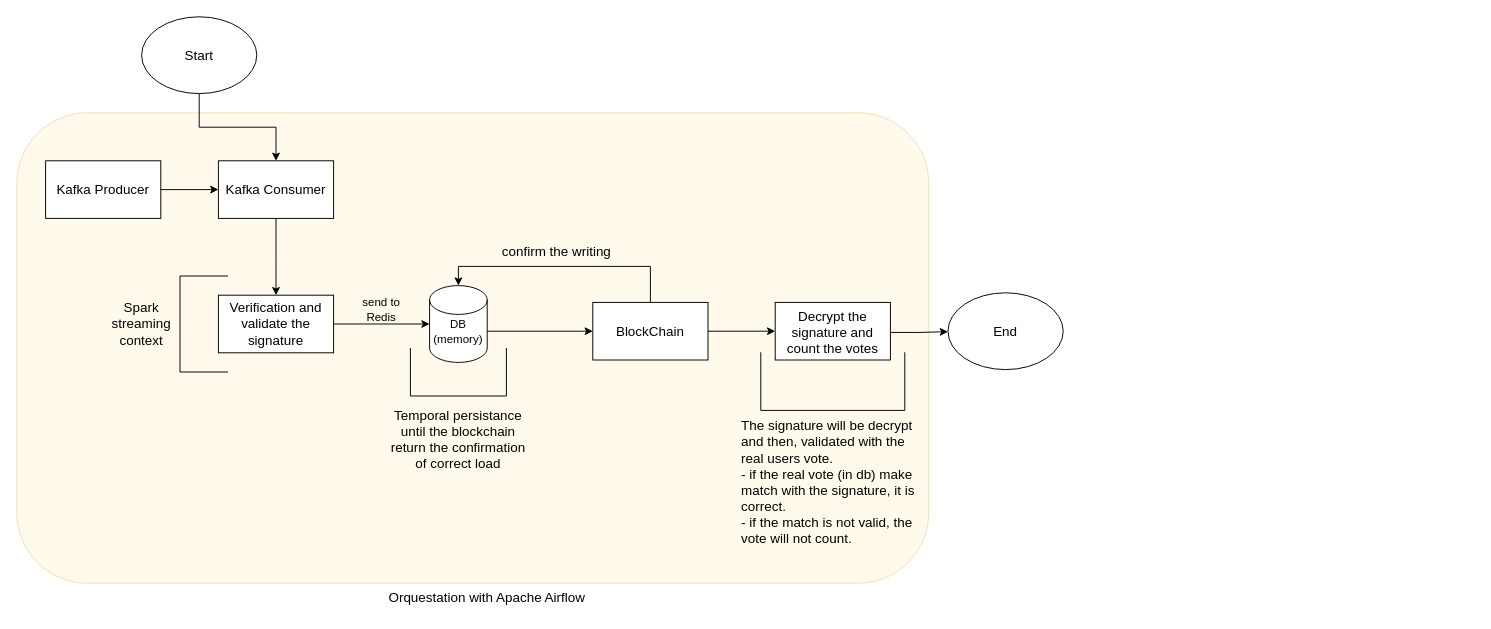
Above: diagrams-uml/process_vote.drawio in jarodriguezf/ElectXChain (draw.io), before the change. Source tidied: cells renumbered, new cells numbered last; positions are measured from the earlier drawing's top-left corner, leaving out a move shared by most shapes. Both pictures are drawn from the tidied source at 96%, with x=0, y=0 at pixel (16, 16).
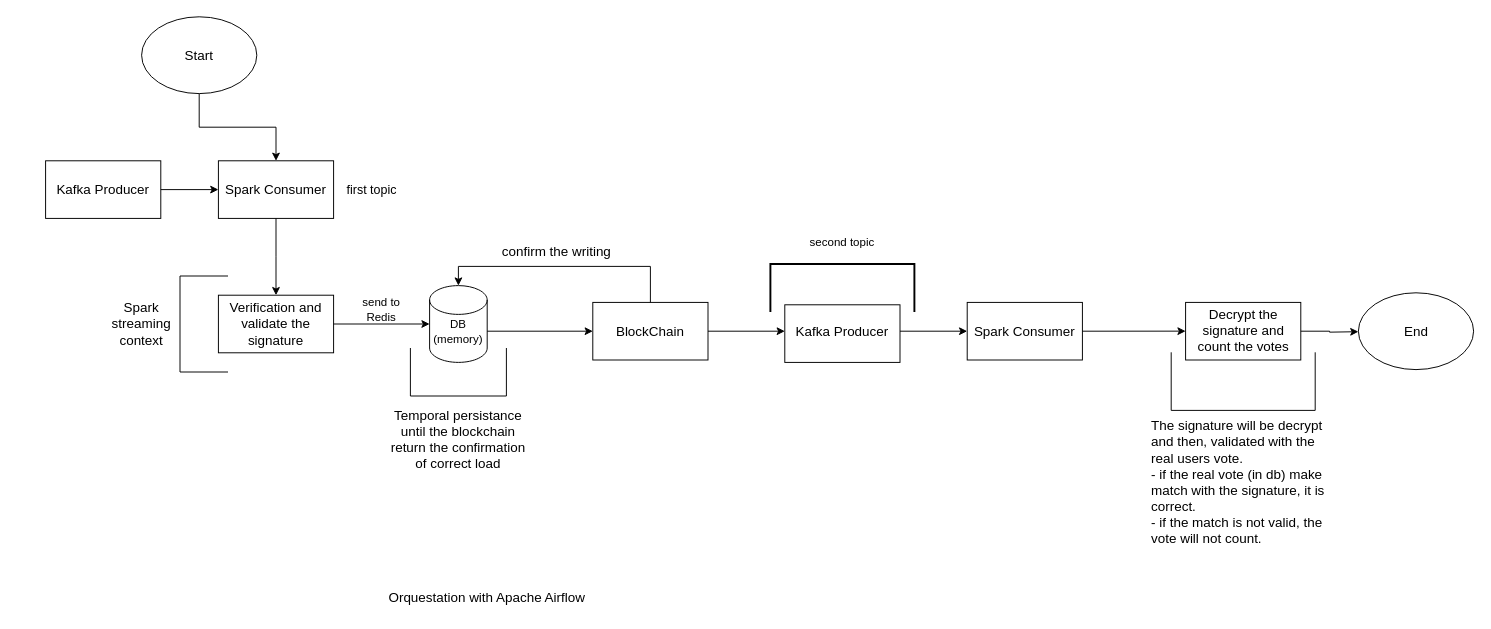
After the change.

The change refers to these unchanged cells:
```xml
<mxCell id="15" value="&lt;font style=&quot;font-size: 14px;&quot;&gt;BlockChain&lt;/font&gt;" style="text;html=1;align=center;verticalAlign=middle;whiteSpace=wrap;rounded=0;" parent="1" vertex="1">
  <mxGeometry x="600" y="297.5" width="120" height="60" as="geometry" />
</mxCell>
```

Diff of the diagram source:
```diff
@@
-    <mxCell id="2" style="rounded=1;whiteSpace=wrap;html=1;fillColor=#fff2cc;strokeColor=#d6b656;opacity=40;" parent="1" vertex="1">
-      <mxGeometry y="100" width="950" height="490" as="geometry" />
-    </mxCell>
@@
-    <mxCell id="13" value="&lt;font style=&quot;font-size: 14px;&quot;&gt;Kafka Consumer&lt;/font&gt;" style="text;html=1;align=center;verticalAlign=middle;whiteSpace=wrap;rounded=0;" parent="1" vertex="1">
+    <mxCell id="13" value="&lt;font style=&quot;font-size: 14px;&quot;&gt;Spark Consumer&lt;/font&gt;" style="text;html=1;align=center;verticalAlign=middle;whiteSpace=wrap;rounded=0;" parent="1" vertex="1">
       <mxGeometry x="210" y="150" width="120" height="60" as="geometry" />
     </mxCell>
-    <mxCell id="14" style="edgeStyle=orthogonalEdgeStyle;rounded=0;jettySize=auto;html=1;" parent="1" edge="1" source="15" target="29">
-      <mxGeometry relative="1" as="geometry" />
-    </mxCell>
+    <mxCell id="35" style="edgeStyle=orthogonalEdgeStyle;rounded=0;jettySize=auto;html=1;" parent="1" edge="1" source="15" target="38">
+      <mxGeometry relative="1" as="geometry" />
+    </mxCell>
@@
     <mxCell id="16" style="ellipse;whiteSpace=wrap;html=1;" parent="1" vertex="1">
-      <mxGeometry x="970" y="287.5" width="120" height="80" as="geometry" />
+      <mxGeometry x="1397.5" y="287.5" width="120" height="80" as="geometry" />
     </mxCell>
     <mxCell id="17" value="&lt;span style=&quot;font-size: 14px;&quot;&gt;End&lt;/span&gt;" style="text;html=1;align=center;verticalAlign=middle;whiteSpace=wrap;rounded=0;" parent="1" vertex="1">
-      <mxGeometry x="1000" y="312.5" width="60" height="30" as="geometry" />
+      <mxGeometry x="1427.5" y="312.5" width="60" height="30" as="geometry" />
     </mxCell>
@@
     <mxCell id="29" style="rounded=0;whiteSpace=wrap;html=1;" parent="1" vertex="1">
-      <mxGeometry x="790" y="297.5" width="120" height="60" as="geometry" />
+      <mxGeometry x="1217.5" y="297.5" width="120" height="60" as="geometry" />
     </mxCell>
     <mxCell id="30" style="edgeStyle=orthogonalEdgeStyle;rounded=0;jettySize=auto;html=1;" parent="1" edge="1" source="31">
       <mxGeometry relative="1" as="geometry">
-        <mxPoint x="970" y="328" as="targetPoint" />
+        <mxPoint x="1397.5" y="328" as="targetPoint" />
       </mxGeometry>
     </mxCell>
     <mxCell id="31" value="&lt;font style=&quot;font-size: 14px;&quot;&gt;Decrypt the signature and count the votes&lt;/font&gt;" style="text;html=1;align=center;verticalAlign=middle;whiteSpace=wrap;rounded=0;" parent="1" vertex="1">
-      <mxGeometry x="790" y="297.5" width="120" height="62.5" as="geometry" />
+      <mxGeometry x="1217.5" y="296.2" width="120" height="62.5" as="geometry" />
     </mxCell>
     <mxCell id="32" style="shape=partialRectangle;whiteSpace=wrap;html=1;bottom=1;right=1;left=1;top=0;fillColor=none;routingCenterX=-0.5;" parent="1" vertex="1">
-      <mxGeometry x="775" y="350" width="150" height="60" as="geometry" />
+      <mxGeometry x="1202.5" y="350" width="150" height="60" as="geometry" />
     </mxCell>
     <mxCell id="33" value="&lt;font style=&quot;font-size: 14px;&quot;&gt;The signature will be decrypt and then, validated with the real users vote.&lt;/font&gt;&lt;div style=&quot;font-size: 14px;&quot;&gt;&lt;font style=&quot;font-size: 14px;&quot;&gt;- if the real vote (in db) make match with the signature, it is correct.&lt;/font&gt;&lt;/div&gt;&lt;div style=&quot;font-size: 14px;&quot;&gt;&lt;font style=&quot;font-size: 14px;&quot;&gt;- if the match is not valid, the vote will not count.&lt;/font&gt;&lt;/div&gt;" style="text;html=1;align=left;verticalAlign=middle;whiteSpace=wrap;rounded=0;" parent="1" vertex="1">
-      <mxGeometry x="752.5" y="410" width="195" height="150" as="geometry" />
+      <mxGeometry x="1180" y="410" width="195" height="150" as="geometry" />
     </mxCell>
@@
+    <mxCell id="36" style="rounded=0;whiteSpace=wrap;html=1;" parent="1" vertex="1">
+      <mxGeometry x="800" y="300" width="120" height="60" as="geometry" />
+    </mxCell>
+    <mxCell id="37" style="edgeStyle=orthogonalEdgeStyle;rounded=0;jettySize=auto;html=1;" parent="1" edge="1" source="38" target="41">
+      <mxGeometry relative="1" as="geometry" />
+    </mxCell>
+    <mxCell id="38" value="&lt;font style=&quot;font-size: 14px;&quot;&gt;Kafka Producer&lt;/font&gt;" style="text;html=1;align=center;verticalAlign=middle;whiteSpace=wrap;rounded=0;" parent="1" vertex="1">
+      <mxGeometry x="800" y="297.5" width="120" height="60" as="geometry" />
+    </mxCell>
+    <mxCell id="39" style="rounded=0;whiteSpace=wrap;html=1;" parent="1" vertex="1">
+      <mxGeometry x="990" y="297.5" width="120" height="60" as="geometry" />
+    </mxCell>
+    <mxCell id="40" style="edgeStyle=orthogonalEdgeStyle;rounded=0;jettySize=auto;html=1;exitX=1;exitY=0.5;exitDx=0;exitDy=0;entryX=0;entryY=0.5;entryDx=0;entryDy=0;" parent="1" edge="1" source="41" target="31">
+      <mxGeometry relative="1" as="geometry" />
+    </mxCell>
+    <mxCell id="41" value="&lt;font style=&quot;font-size: 14px;&quot;&gt;Spark Consumer&lt;/font&gt;" style="text;html=1;align=center;verticalAlign=middle;whiteSpace=wrap;rounded=0;" parent="1" vertex="1">
+      <mxGeometry x="990" y="297.5" width="120" height="60" as="geometry" />
+    </mxCell>
+    <mxCell id="42" style="strokeWidth=2;html=1;shape=mxgraph.flowchart.annotation_1;align=left;rotation=90;" parent="1" vertex="1">
+      <mxGeometry x="835" y="207.5" width="50" height="150" as="geometry" />
+    </mxCell>
+    <mxCell id="43" value="second topic" style="text;html=1;align=center;verticalAlign=middle;whiteSpace=wrap;rounded=0;" parent="1" vertex="1">
+      <mxGeometry x="820" y="220" width="80" height="30" as="geometry" />
+    </mxCell>
+    <mxCell id="44" value="&lt;font style=&quot;font-size: 13px;&quot;&gt;first topic&lt;/font&gt;" style="text;html=1;align=center;verticalAlign=middle;whiteSpace=wrap;rounded=0;" parent="1" vertex="1">
+      <mxGeometry x="330" y="165" width="80" height="30" as="geometry" />
+    </mxCell>
```
